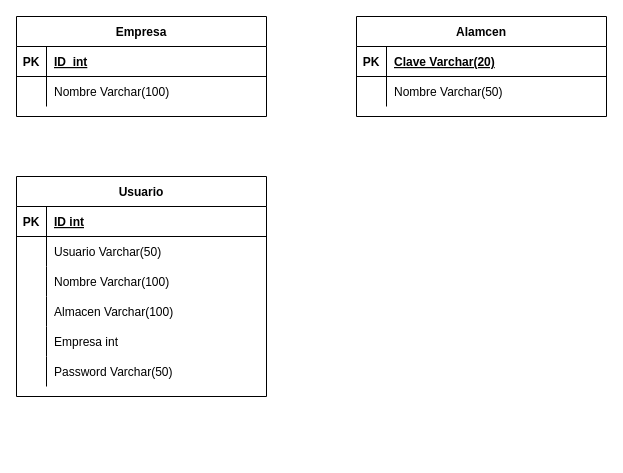
ericF83/DiagramasDBIG015 keeps this draw.io diagram as Diagrama sin título.drawio. Above is the earlier version. Source tidied: cells renumbered, new cells numbered last; positions are measured from the earlier drawing's top-left corner, leaving out a move shared by most shapes. Both pictures are drawn from the tidied source at 100%, with x=0, y=0 at pixel (16, 16).
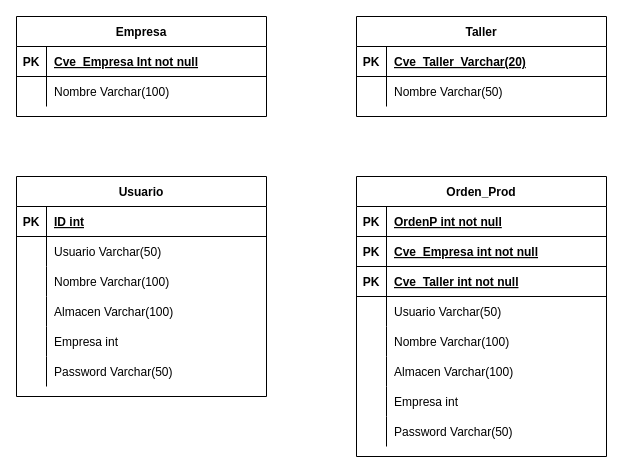
Above is the later version.

The change refers to these unchanged cells:
```xml
<mxCell id="22" style="shape=partialRectangle;fillColor=none;top=0;left=0;right=0;bottom=1;" parent="21" vertex="1">
  <mxGeometry y="30" width="250" height="30" as="geometry" />
</mxCell>
<mxCell id="29" style="shape=partialRectangle;fillColor=none;top=0;left=0;right=0;bottom=1;" parent="28" vertex="1">
  <mxGeometry y="30" width="250" height="30" as="geometry" />
</mxCell>
```

The edit, as a diff of the source:
```diff
@@
-    <mxCell id="24" value="ID  int" style="shape=partialRectangle;overflow=hidden;fillColor=none;top=0;left=0;bottom=0;right=0;align=left;spacingLeft=6;fontStyle=5;" parent="22" vertex="1">
+    <mxCell id="24" value="Cve_Empresa Int not null" style="shape=partialRectangle;overflow=hidden;fillColor=none;top=0;left=0;bottom=0;right=0;align=left;spacingLeft=6;fontStyle=5;" parent="22" vertex="1">
       <mxGeometry x="30" width="220" height="30" as="geometry" />
     </mxCell>
@@
-    <mxCell id="28" value="Alamcen" style="shape=table;startSize=30;childLayout=tableLayout;rowLines=0;fontStyle=1;align=center;" parent="1" vertex="1">
+    <mxCell id="28" value="Taller" style="shape=table;startSize=30;childLayout=tableLayout;rowLines=0;fontStyle=1;align=center;" parent="1" vertex="1">
       <mxGeometry x="340" width="250" height="100" as="geometry" />
     </mxCell>
@@
-    <mxCell id="31" value="Clave Varchar(20)" style="shape=partialRectangle;overflow=hidden;fillColor=none;top=0;left=0;bottom=0;right=0;align=left;spacingLeft=6;fontStyle=5;" parent="29" vertex="1">
+    <mxCell id="31" value="Cve_Taller  Varchar(20)" style="shape=partialRectangle;overflow=hidden;fillColor=none;top=0;left=0;bottom=0;right=0;align=left;spacingLeft=6;fontStyle=5;" parent="29" vertex="1">
       <mxGeometry x="30" width="220" height="30" as="geometry" />
     </mxCell>
@@
+    <mxCell id="35" value="Orden_Prod" style="shape=table;startSize=30;childLayout=tableLayout;rowLines=0;fontStyle=1;align=center;" parent="1" vertex="1">
+      <mxGeometry x="340" y="160" width="250" height="280" as="geometry" />
+    </mxCell>
+    <mxCell id="36" style="shape=partialRectangle;fillColor=none;top=0;left=0;right=0;bottom=1;" parent="35" vertex="1">
+      <mxGeometry y="30" width="250" height="30" as="geometry" />
+    </mxCell>
+    <mxCell id="37" value="PK" style="shape=partialRectangle;overflow=hidden;fillColor=none;top=0;left=0;bottom=0;right=0;fontStyle=1;" parent="36" vertex="1">
+      <mxGeometry width="30" height="30" as="geometry" />
+    </mxCell>
+    <mxCell id="38" value="OrdenP int not null" style="shape=partialRectangle;overflow=hidden;fillColor=none;top=0;left=0;bottom=0;right=0;align=left;spacingLeft=6;fontStyle=5;" parent="36" vertex="1">
+      <mxGeometry x="30" width="220" height="30" as="geometry" />
+    </mxCell>
+    <mxCell id="39" style="shape=partialRectangle;fillColor=none;top=0;left=0;right=0;bottom=1;" parent="35" vertex="1">
+      <mxGeometry y="60" width="250" height="30" as="geometry" />
+    </mxCell>
+    <mxCell id="40" value="PK" style="shape=partialRectangle;overflow=hidden;fillColor=none;top=0;left=0;bottom=0;right=0;fontStyle=1;" parent="39" vertex="1">
+      <mxGeometry width="30" height="30" as="geometry" />
+    </mxCell>
+    <mxCell id="41" value="Cve_Empresa int not null" style="shape=partialRectangle;overflow=hidden;fillColor=none;top=0;left=0;bottom=0;right=0;align=left;spacingLeft=6;fontStyle=5;" parent="39" vertex="1">
+      <mxGeometry x="30" width="220" height="30" as="geometry" />
+    </mxCell>
+    <mxCell id="42" style="shape=partialRectangle;fillColor=none;top=0;left=0;right=0;bottom=1;" parent="35" vertex="1">
+      <mxGeometry y="90" width="250" height="30" as="geometry" />
+    </mxCell>
+    <mxCell id="43" value="PK" style="shape=partialRectangle;overflow=hidden;fillColor=none;top=0;left=0;bottom=0;right=0;fontStyle=1;" parent="42" vertex="1">
+      <mxGeometry width="30" height="30" as="geometry" />
+    </mxCell>
+    <mxCell id="44" value="Cve_Taller int not null" style="shape=partialRectangle;overflow=hidden;fillColor=none;top=0;left=0;bottom=0;right=0;align=left;spacingLeft=6;fontStyle=5;" parent="42" vertex="1">
+      <mxGeometry x="30" width="220" height="30" as="geometry" />
+    </mxCell>
+    <mxCell id="45" style="shape=partialRectangle;fillColor=none;top=0;left=0;right=0;bottom=0;" parent="35" vertex="1">
+      <mxGeometry y="120" width="250" height="30" as="geometry" />
+    </mxCell>
+    <mxCell id="46" style="shape=partialRectangle;overflow=hidden;fillColor=none;top=0;left=0;bottom=0;right=0;" parent="45" vertex="1">
+      <mxGeometry width="30" height="30" as="geometry" />
+    </mxCell>
+    <mxCell id="47" value="Usuario Varchar(50)" style="shape=partialRectangle;overflow=hidden;fillColor=none;top=0;left=0;bottom=0;right=0;align=left;spacingLeft=6;" parent="45" vertex="1">
+      <mxGeometry x="30" width="220" height="30" as="geometry" />
+    </mxCell>
+    <mxCell id="48" style="shape=partialRectangle;fillColor=none;top=0;left=0;right=0;bottom=0;" parent="35" vertex="1">
+      <mxGeometry y="150" width="250" height="30" as="geometry" />
+    </mxCell>
+    <mxCell id="49" style="shape=partialRectangle;overflow=hidden;fillColor=none;top=0;left=0;bottom=0;right=0;" parent="48" vertex="1">
+      <mxGeometry width="30" height="30" as="geometry" />
+    </mxCell>
+    <mxCell id="50" value="Nombre Varchar(100)" style="shape=partialRectangle;overflow=hidden;fillColor=none;top=0;left=0;bottom=0;right=0;align=left;spacingLeft=6;" parent="48" vertex="1">
+      <mxGeometry x="30" width="220" height="30" as="geometry" />
+    </mxCell>
+    <mxCell id="51" style="shape=partialRectangle;fillColor=none;top=0;left=0;right=0;bottom=0;" parent="35" vertex="1">
+      <mxGeometry y="180" width="250" height="30" as="geometry" />
+    </mxCell>
+    <mxCell id="52" style="shape=partialRectangle;overflow=hidden;fillColor=none;top=0;left=0;bottom=0;right=0;" parent="51" vertex="1">
+      <mxGeometry width="30" height="30" as="geometry" />
+    </mxCell>
+    <mxCell id="53" value="Almacen Varchar(100)" style="shape=partialRectangle;overflow=hidden;fillColor=none;top=0;left=0;bottom=0;right=0;align=left;spacingLeft=6;" parent="51" vertex="1">
+      <mxGeometry x="30" width="220" height="30" as="geometry" />
+    </mxCell>
+    <mxCell id="54" style="shape=partialRectangle;fillColor=none;top=0;left=0;right=0;bottom=0;" parent="35" vertex="1">
+      <mxGeometry y="210" width="250" height="30" as="geometry" />
+    </mxCell>
+    <mxCell id="55" style="shape=partialRectangle;overflow=hidden;fillColor=none;top=0;left=0;bottom=0;right=0;" parent="54" vertex="1">
+      <mxGeometry width="30" height="30" as="geometry" />
+    </mxCell>
+    <mxCell id="56" value="Empresa int" style="shape=partialRectangle;overflow=hidden;fillColor=none;top=0;left=0;bottom=0;right=0;align=left;spacingLeft=6;" parent="54" vertex="1">
+      <mxGeometry x="30" width="220" height="30" as="geometry" />
+    </mxCell>
+    <mxCell id="57" style="shape=partialRectangle;fillColor=none;top=0;left=0;right=0;bottom=0;" parent="35" vertex="1">
+      <mxGeometry y="240" width="250" height="30" as="geometry" />
+    </mxCell>
+    <mxCell id="58" style="shape=partialRectangle;overflow=hidden;fillColor=none;top=0;left=0;bottom=0;right=0;" parent="57" vertex="1">
+      <mxGeometry width="30" height="30" as="geometry" />
+    </mxCell>
+    <mxCell id="59" value="Password Varchar(50)" style="shape=partialRectangle;overflow=hidden;fillColor=none;top=0;left=0;bottom=0;right=0;align=left;spacingLeft=6;" parent="57" vertex="1">
+      <mxGeometry x="30" width="220" height="30" as="geometry" />
+    </mxCell>
```
